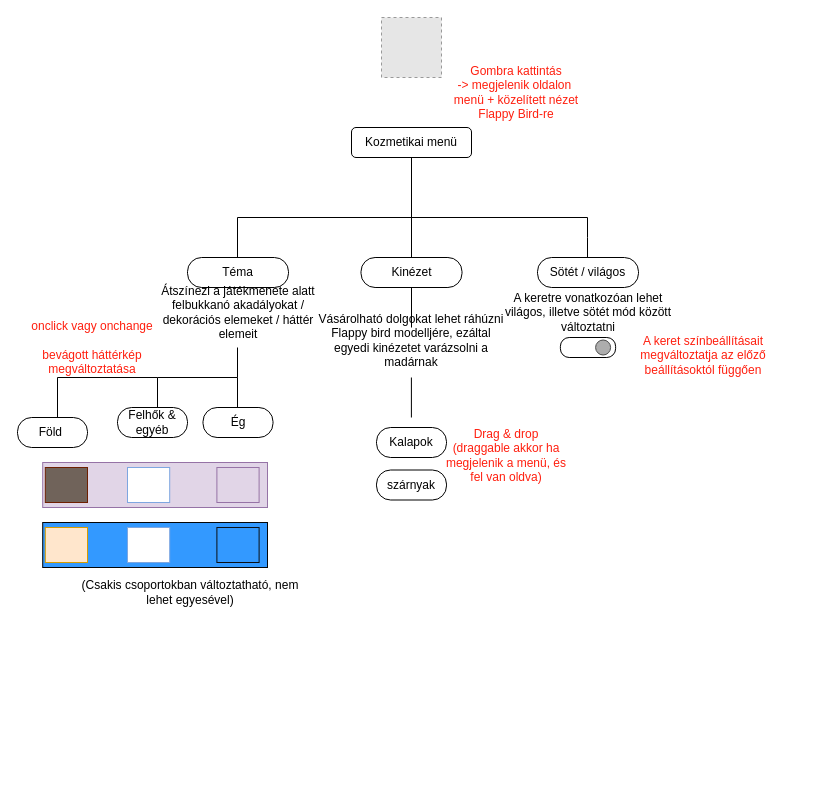
This is tervezés/kozmetikai.drawio from lipotjozsef/webprojekt, a draw.io file, before an edit. Source tidied: cells renumbered, new cells numbered last; positions are measured from the earlier drawing's top-left corner, leaving out a move shared by most shapes. Both pictures are drawn from the tidied source at 100%, with x=0, y=0 at pixel (17, 17). Pictures stored in the file or linked from it are replaced by grey dashed boxes.
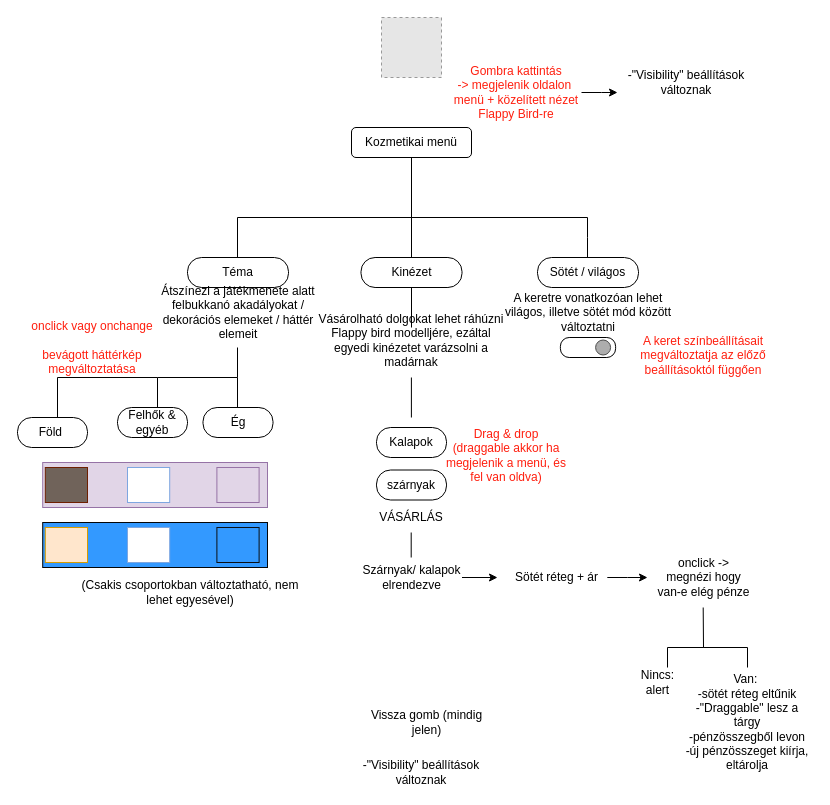
Above is the later version.

Commit message (it also covers changes not shown here):
Alapsablon, kozm. drawio, visibility megkezdése

The change refers to these unchanged cells:
```xml
<mxCell id="35" value="&lt;div&gt;Gombra kattintás&lt;/div&gt;&lt;div&gt;-&amp;gt; megjelenik oldalon&amp;nbsp; menü + közelített nézet Flappy Bird-re&lt;br&gt;&lt;/div&gt;" style="text;html=1;align=center;verticalAlign=middle;whiteSpace=wrap;rounded=0;fontColor=#FF1F0F;" parent="1" vertex="1">
  <mxGeometry x="434" y="60" width="130" height="30" as="geometry" />
</mxCell>
```

Change to the diagram source:
```diff
@@
+    <mxCell id="38" style="edgeStyle=orthogonalEdgeStyle;rounded=0;jettySize=auto;html=1;" parent="1" edge="1" source="35">
+      <mxGeometry relative="1" as="geometry">
+        <mxPoint x="600" y="75" as="targetPoint" />
+      </mxGeometry>
+    </mxCell>
@@
+    <mxCell id="39" style="endArrow=none;html=1;rounded=0;" parent="1" edge="1" target="40">
+      <mxGeometry relative="1" as="geometry">
+        <mxPoint x="393.7" y="540" as="sourcePoint" />
+      </mxGeometry>
+    </mxCell>
+    <mxCell id="40" value="VÁSÁRLÁS" style="text;html=1;align=center;verticalAlign=middle;whiteSpace=wrap;rounded=0;" parent="1" vertex="1">
+      <mxGeometry x="363.7" y="485" width="60" height="30" as="geometry" />
+    </mxCell>
+    <mxCell id="41" style="edgeStyle=orthogonalEdgeStyle;rounded=0;jettySize=auto;html=1;" parent="1" edge="1" source="42">
+      <mxGeometry relative="1" as="geometry">
+        <mxPoint x="480" y="560" as="targetPoint" />
+      </mxGeometry>
+    </mxCell>
+    <mxCell id="42" value="Szárnyak/ kalapok elrendezve" style="text;html=1;align=center;verticalAlign=middle;whiteSpace=wrap;rounded=0;" parent="1" vertex="1">
+      <mxGeometry x="343.5" y="545" width="101" height="30" as="geometry" />
+    </mxCell>
+    <mxCell id="43" style="edgeStyle=orthogonalEdgeStyle;rounded=0;jettySize=auto;html=1;" parent="1" edge="1" source="44">
+      <mxGeometry relative="1" as="geometry">
+        <mxPoint x="630" y="560" as="targetPoint" />
+      </mxGeometry>
+    </mxCell>
+    <mxCell id="44" value="Sötét réteg + ár" style="text;html=1;align=center;verticalAlign=middle;whiteSpace=wrap;rounded=0;" parent="1" vertex="1">
+      <mxGeometry x="488.8" y="545" width="101" height="30" as="geometry" />
+    </mxCell>
+    <mxCell id="45" value="onclick -&amp;gt; megnézi hogy van-e elég pénze" style="text;html=1;align=center;verticalAlign=middle;whiteSpace=wrap;rounded=0;" parent="1" vertex="1">
+      <mxGeometry x="635.5" y="545" width="101" height="30" as="geometry" />
+    </mxCell>
+    <mxCell id="46" style="endArrow=none;html=1;rounded=0;" parent="1" edge="1">
+      <mxGeometry relative="1" as="geometry">
+        <mxPoint x="650" y="650" as="sourcePoint" />
+        <mxPoint x="685.7" y="590" as="targetPoint" />
+        <Array as="points">
+          <mxPoint x="650" y="630" />
+          <mxPoint x="686" y="630" />
+        </Array>
+      </mxGeometry>
+    </mxCell>
+    <mxCell id="47" style="endArrow=none;html=1;rounded=0;" parent="1" edge="1">
+      <mxGeometry relative="1" as="geometry">
+        <mxPoint x="685.7" y="630" as="sourcePoint" />
+        <mxPoint x="730" y="650" as="targetPoint" />
+        <Array as="points">
+          <mxPoint x="730" y="630" />
+        </Array>
+      </mxGeometry>
+    </mxCell>
+    <mxCell id="48" value="Nincs:&lt;div&gt;alert&lt;/div&gt;" style="text;html=1;align=center;verticalAlign=middle;whiteSpace=wrap;rounded=0;" parent="1" vertex="1">
+      <mxGeometry x="589.8" y="650" width="101" height="30" as="geometry" />
+    </mxCell>
+    <mxCell id="49" value="Van:&amp;nbsp;&lt;div&gt;-sötét réteg eltűnik&lt;/div&gt;&lt;div&gt;-&quot;Draggable&quot; lesz a tárgy&lt;/div&gt;&lt;div&gt;-pénzösszegből levon&lt;/div&gt;&lt;div&gt;-új pénzösszeget kiírja, eltárolja&lt;/div&gt;" style="text;html=1;align=center;verticalAlign=middle;whiteSpace=wrap;rounded=0;" parent="1" vertex="1">
+      <mxGeometry x="665.2" y="690" width="130" height="30" as="geometry" />
+    </mxCell>
+    <mxCell id="50" value="-&quot;Visibility&quot; beállítások változnak" style="text;html=1;align=center;verticalAlign=middle;whiteSpace=wrap;rounded=0;" parent="1" vertex="1">
+      <mxGeometry x="609.2" y="50" width="119.8" height="30" as="geometry" />
+    </mxCell>
+    <mxCell id="51" value="Vissza gomb (mindig jelen)" style="text;html=1;align=center;verticalAlign=middle;whiteSpace=wrap;rounded=0;" parent="1" vertex="1">
+      <mxGeometry x="343.5" y="690" width="131" height="30" as="geometry" />
+    </mxCell>
+    <mxCell id="52" value="-&quot;Visibility&quot; beállítások változnak" style="text;html=1;align=center;verticalAlign=middle;whiteSpace=wrap;rounded=0;" parent="1" vertex="1">
+      <mxGeometry x="343.5" y="740" width="119.8" height="30" as="geometry" />
+    </mxCell>
```
